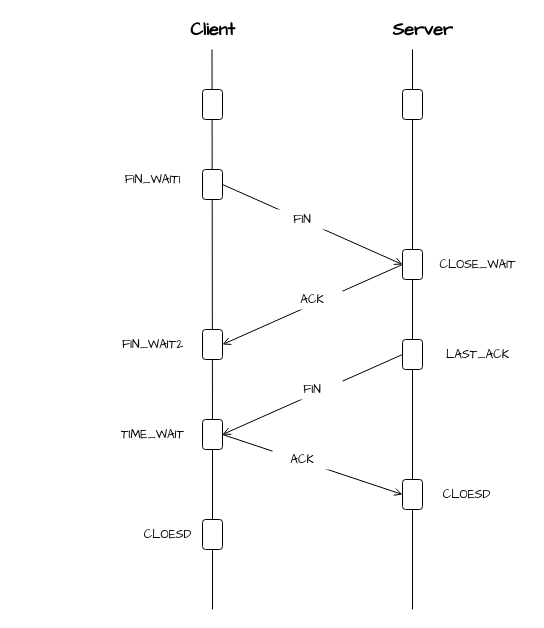
The draw.io diagram page "第 3 页" (3 of 3) of 未命名绘图.drawio in XiaoWeiKIN/k8s, before the edit. Source tidied: cells renumbered, new cells numbered last; positions are measured from the earlier drawing's top-left corner, leaving out a move shared by most shapes. Both pictures are drawn from the tidied source at 100%, with x=0, y=0 at pixel (107, 19).
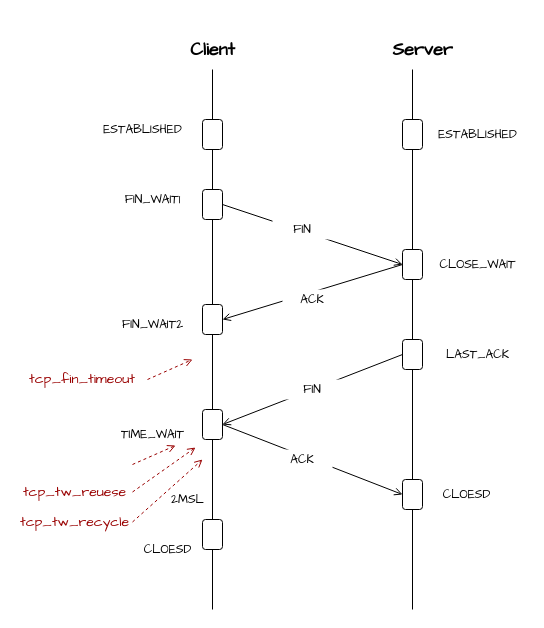
The same diagram, later.

Commit message:
Update 未命名绘图.drawio

The change refers to these unchanged cells:
```xml
<mxCell id="7" style="rounded=1;whiteSpace=wrap;html=1;" parent="1" vertex="1">
  <mxGeometry x="295" y="230" width="20" height="30" as="geometry" />
</mxCell>
<mxCell id="15" style="rounded=1;whiteSpace=wrap;html=1;" parent="1" vertex="1">
  <mxGeometry x="295" y="460" width="20" height="30" as="geometry" />
</mxCell>
<mxCell id="26" style="rounded=1;whiteSpace=wrap;html=1;" parent="1" vertex="1">
  <mxGeometry x="95" y="500" width="20" height="30" as="geometry" />
</mxCell>
<mxCell id="29" style="rounded=1;whiteSpace=wrap;html=1;" parent="1" vertex="1">
  <mxGeometry x="295" y="320" width="20" height="30" as="geometry" />
</mxCell>
<mxCell id="34" value="&lt;font face=&quot;Comic Sans MS&quot;&gt;TIME_WAIT&lt;/font&gt;" style="text;html=1;align=center;verticalAlign=middle;points=[];fillColor=none;strokeColor=none;rounded=0;" parent="1" vertex="1">
  <mxGeometry y="405" width="90" height="20" as="geometry" />
</mxCell>
```

The edit, as a diff of the source:
```diff
@@
-    <mxCell id="2" style="endArrow=none;html=1;strokeWidth=1;" parent="1" edge="1" source="30">
-      <mxGeometry relative="1" as="geometry">
-        <mxPoint x="104.5" y="30" as="targetPoint" />
-      </mxGeometry>
-    </mxCell>
-    <mxCell id="3" style="rounded=0;jettySize=auto;html=1;exitX=1;exitY=0.5;exitDx=0;exitDy=0;entryX=0;entryY=0.5;entryDx=0;entryDy=0;strokeWidth=1;endArrow=open;endFill=0;" parent="1" edge="1" source="4" target="7">
-      <mxGeometry relative="1" as="geometry" />
-    </mxCell>
-    <mxCell id="4" style="rounded=1;whiteSpace=wrap;html=1;" parent="1" vertex="1">
-      <mxGeometry x="95" y="150" width="20" height="30" as="geometry" />
-    </mxCell>
-    <mxCell id="5" style="endArrow=none;html=1;strokeWidth=1;" parent="1" edge="1" source="13">
-      <mxGeometry relative="1" as="geometry">
-        <mxPoint x="305" y="30" as="targetPoint" />
-      </mxGeometry>
-    </mxCell>
-    <mxCell id="6" style="edgeStyle=none;rounded=0;jettySize=auto;html=1;exitX=0;exitY=0.5;exitDx=0;exitDy=0;entryX=1;entryY=0.5;entryDx=0;entryDy=0;endArrow=open;endFill=0;strokeWidth=1;" parent="1" edge="1" source="7" target="10">
-      <mxGeometry relative="1" as="geometry" />
-    </mxCell>
+    <mxCell id="36" style="endArrow=none;html=1;strokeWidth=1;" parent="1" edge="1" source="63">
+      <mxGeometry relative="1" as="geometry">
+        <mxPoint x="105" y="50" as="targetPoint" />
+      </mxGeometry>
+    </mxCell>
+    <mxCell id="37" style="rounded=0;jettySize=auto;html=1;exitX=1;exitY=0.5;exitDx=0;exitDy=0;entryX=0;entryY=0.5;entryDx=0;entryDy=0;strokeWidth=1;endArrow=open;endFill=0;" parent="1" edge="1" source="61" target="7">
+      <mxGeometry relative="1" as="geometry" />
+    </mxCell>
+    <mxCell id="38" style="endArrow=none;html=1;strokeWidth=1;" parent="1" edge="1" source="43">
+      <mxGeometry relative="1" as="geometry">
+        <mxPoint x="305" y="50" as="targetPoint" />
+      </mxGeometry>
+    </mxCell>
+    <mxCell id="39" style="edgeStyle=none;rounded=0;jettySize=auto;html=1;exitX=0;exitY=0.5;exitDx=0;exitDy=0;entryX=1;entryY=0.5;entryDx=0;entryDy=0;endArrow=open;endFill=0;strokeWidth=1;" parent="1" edge="1" source="7" target="59">
+      <mxGeometry relative="1" as="geometry" />
+    </mxCell>
@@
-    <mxCell id="8" style="endArrow=none;html=1;strokeWidth=1;" parent="1" edge="1" target="7">
-      <mxGeometry relative="1" as="geometry">
-        <mxPoint x="305" y="430" as="sourcePoint" />
-      </mxGeometry>
-    </mxCell>
-    <mxCell id="9" style="edgeStyle=none;rounded=0;jettySize=auto;html=1;entryX=0;entryY=0.5;entryDx=0;entryDy=0;endArrow=open;endFill=0;strokeWidth=1;exitX=1;exitY=0.5;exitDx=0;exitDy=0;" parent="1" edge="1" source="30" target="15">
-      <mxGeometry relative="1" as="geometry" />
-    </mxCell>
-    <mxCell id="10" style="rounded=1;whiteSpace=wrap;html=1;" parent="1" vertex="1">
-      <mxGeometry x="95" y="310" width="20" height="30" as="geometry" />
-    </mxCell>
-    <mxCell id="11" style="endArrow=none;html=1;strokeWidth=1;" parent="1" edge="1" source="15">
-      <mxGeometry relative="1" as="geometry">
-        <mxPoint x="305" y="420" as="targetPoint" />
-      </mxGeometry>
-    </mxCell>
+    <mxCell id="40" style="endArrow=none;html=1;strokeWidth=1;" parent="1" edge="1" target="7">
+      <mxGeometry relative="1" as="geometry">
+        <mxPoint x="305" y="430" as="sourcePoint" />
+      </mxGeometry>
+    </mxCell>
+    <mxCell id="41" style="edgeStyle=none;rounded=0;jettySize=auto;html=1;entryX=0;entryY=0.5;entryDx=0;entryDy=0;endArrow=open;endFill=0;strokeWidth=1;exitX=1;exitY=0.5;exitDx=0;exitDy=0;" parent="1" edge="1" source="48" target="15">
+      <mxGeometry relative="1" as="geometry" />
+    </mxCell>
+    <mxCell id="42" style="endArrow=none;html=1;strokeWidth=1;" parent="1" edge="1" source="15">
+      <mxGeometry relative="1" as="geometry">
+        <mxPoint x="305" y="420" as="targetPoint" />
+      </mxGeometry>
+    </mxCell>
     <mxCell id="12" value="&lt;font face=&quot;Comic Sans MS&quot;&gt;FIN_WAIT1&lt;/font&gt;" style="text;html=1;align=center;verticalAlign=middle;fillColor=none;strokeColor=none;rounded=0;" parent="1" vertex="1">
-      <mxGeometry y="150" width="90" height="20" as="geometry" />
+      <mxGeometry y="170" width="90" height="20" as="geometry" />
     </mxCell>
-    <mxCell id="13" style="rounded=1;whiteSpace=wrap;html=1;" parent="1" vertex="1">
-      <mxGeometry x="295" y="70" width="20" height="30" as="geometry" />
-    </mxCell>
-    <mxCell id="14" style="endArrow=none;html=1;strokeWidth=1;" parent="1" edge="1" source="7" target="13">
-      <mxGeometry relative="1" as="geometry" />
-    </mxCell>
+    <mxCell id="43" style="rounded=1;whiteSpace=wrap;html=1;" parent="1" vertex="1">
+      <mxGeometry x="295" y="100" width="20" height="30" as="geometry" />
+    </mxCell>
+    <mxCell id="44" style="endArrow=none;html=1;strokeWidth=1;" parent="1" edge="1" source="7" target="43">
+      <mxGeometry relative="1" as="geometry" />
+    </mxCell>
@@
-    <mxCell id="16" style="endArrow=none;html=1;strokeWidth=1;" parent="1" edge="1" target="15">
-      <mxGeometry relative="1" as="geometry">
-        <mxPoint x="305" y="590" as="sourcePoint" />
-      </mxGeometry>
-    </mxCell>
+    <mxCell id="45" style="endArrow=none;html=1;strokeWidth=1;" parent="1" edge="1" target="15">
+      <mxGeometry relative="1" as="geometry">
+        <mxPoint x="305" y="590" as="sourcePoint" />
+      </mxGeometry>
+    </mxCell>
     <mxCell id="17" value="&lt;font face=&quot;Comic Sans MS&quot;&gt;FIN&lt;/font&gt;" style="rounded=0;whiteSpace=wrap;html=1;strokeWidth=1;strokeColor=none;" parent="1" vertex="1">
-      <mxGeometry x="165" y="190" width="60" height="20" as="geometry" />
+      <mxGeometry x="165" y="200" width="60" height="20" as="geometry" />
     </mxCell>
@@
     <mxCell id="20" value="&lt;b style=&quot;font-family: &amp;#34;comic sans ms&amp;#34;&quot;&gt;&lt;font style=&quot;font-size: 18px&quot;&gt;Client&lt;/font&gt;&lt;/b&gt;" style="text;html=1;align=center;verticalAlign=middle;fillColor=none;strokeColor=none;rounded=0;" parent="1" vertex="1">
-      <mxGeometry x="75" width="60" height="20" as="geometry" />
+      <mxGeometry x="75" y="20" width="60" height="20" as="geometry" />
     </mxCell>
     <mxCell id="21" value="&lt;b style=&quot;font-family: &amp;#34;comic sans ms&amp;#34;&quot;&gt;&lt;font style=&quot;font-size: 18px&quot;&gt;Server&lt;/font&gt;&lt;/b&gt;" style="text;html=1;align=center;verticalAlign=middle;fillColor=none;strokeColor=none;rounded=0;" parent="1" vertex="1">
-      <mxGeometry x="280" width="70" height="20" as="geometry" />
+      <mxGeometry x="280" y="20" width="70" height="20" as="geometry" />
     </mxCell>
-    <mxCell id="22" style="rounded=1;whiteSpace=wrap;html=1;" parent="1" vertex="1">
-      <mxGeometry x="95" y="70" width="20" height="30" as="geometry" />
-    </mxCell>
     <mxCell id="23" value="&lt;font face=&quot;Comic Sans MS&quot;&gt;FIN_WAIT2&lt;/font&gt;" style="text;html=1;align=center;verticalAlign=middle;fillColor=none;strokeColor=none;rounded=0;" parent="1" vertex="1">
-      <mxGeometry y="315" width="90" height="20" as="geometry" />
+      <mxGeometry y="295" width="90" height="20" as="geometry" />
     </mxCell>
@@
-    <mxCell id="27" style="endArrow=none;html=1;strokeWidth=1;" parent="1" edge="1" target="26">
-      <mxGeometry relative="1" as="geometry">
-        <mxPoint x="105" y="590" as="sourcePoint" />
-      </mxGeometry>
-    </mxCell>
-    <mxCell id="28" style="rounded=0;jettySize=auto;html=1;exitX=0;exitY=0.5;exitDx=0;exitDy=0;entryX=1;entryY=0.5;entryDx=0;entryDy=0;endArrow=open;endFill=0;" parent="1" edge="1" source="29" target="30">
-      <mxGeometry relative="1" as="geometry" />
-    </mxCell>
+    <mxCell id="46" style="endArrow=none;html=1;strokeWidth=1;" parent="1" edge="1" target="26">
+      <mxGeometry relative="1" as="geometry">
+        <mxPoint x="105" y="590" as="sourcePoint" />
+      </mxGeometry>
+    </mxCell>
+    <mxCell id="47" style="rounded=0;jettySize=auto;html=1;exitX=0;exitY=0.5;exitDx=0;exitDy=0;entryX=1;entryY=0.5;entryDx=0;entryDy=0;endArrow=open;endFill=0;" parent="1" edge="1" source="29" target="48">
+      <mxGeometry relative="1" as="geometry" />
+    </mxCell>
@@
-    <mxCell id="30" style="rounded=1;whiteSpace=wrap;html=1;" parent="1" vertex="1">
-      <mxGeometry x="95" y="400" width="20" height="30" as="geometry" />
-    </mxCell>
-    <mxCell id="31" style="endArrow=none;html=1;strokeWidth=1;" parent="1" edge="1" source="26" target="30">
-      <mxGeometry relative="1" as="geometry" />
-    </mxCell>
+    <mxCell id="48" style="rounded=1;whiteSpace=wrap;html=1;" parent="1" vertex="1">
+      <mxGeometry x="95" y="390" width="20" height="30" as="geometry" />
+    </mxCell>
+    <mxCell id="49" style="endArrow=none;html=1;strokeWidth=1;" parent="1" edge="1" source="26" target="48">
+      <mxGeometry relative="1" as="geometry" />
+    </mxCell>
@@
     <mxCell id="35" value="&lt;font face=&quot;Comic Sans MS&quot;&gt;CLOESD&lt;/font&gt;" style="text;html=1;align=center;verticalAlign=middle;fillColor=none;strokeColor=none;rounded=0;" parent="1" vertex="1">
-      <mxGeometry x="30" y="505" width="60" height="20" as="geometry" />
+      <mxGeometry x="30" y="520" width="60" height="20" as="geometry" />
     </mxCell>
+    <mxCell id="50" style="edgeStyle=none;rounded=0;jettySize=auto;html=1;exitX=1;exitY=0.5;exitDx=0;exitDy=0;endArrow=open;endFill=0;entryX=0.978;entryY=1.15;entryDx=0;entryDy=0;entryPerimeter=0;strokeColor=#990000;dashed=1;" parent="1" edge="1" source="51" target="34">
+      <mxGeometry relative="1" as="geometry" />
+    </mxCell>
+    <mxCell id="51" value="&lt;span style=&quot;color: rgb(153 , 0 , 0) ; font-family: &amp;#34;comic sans ms&amp;#34; ; font-size: 14px&quot;&gt;tcp_tw_reuese&lt;/span&gt;" style="rounded=0;whiteSpace=wrap;html=1;strokeColor=none;fillColor=none;" parent="1" vertex="1">
+      <mxGeometry x="-90" y="460" width="115" height="25" as="geometry" />
+    </mxCell>
+    <mxCell id="52" style="edgeStyle=none;rounded=0;jettySize=auto;html=1;exitX=1;exitY=0.5;exitDx=0;exitDy=0;dashed=1;endArrow=open;endFill=0;strokeColor=#990000;" parent="1" edge="1" source="53">
+      <mxGeometry relative="1" as="geometry">
+        <mxPoint x="95" y="440" as="targetPoint" />
+      </mxGeometry>
+    </mxCell>
+    <mxCell id="53" value="&lt;span style=&quot;color: rgb(153 , 0 , 0) ; font-family: &amp;#34;comic sans ms&amp;#34; ; font-size: 14px&quot;&gt;tcp_tw_recycle&lt;/span&gt;" style="rounded=0;whiteSpace=wrap;html=1;strokeColor=none;fillColor=none;" parent="1" vertex="1">
+      <mxGeometry x="-90" y="490" width="115" height="25" as="geometry" />
+    </mxCell>
+    <mxCell id="54" style="edgeStyle=none;rounded=0;jettySize=auto;html=1;exitX=1;exitY=0.5;exitDx=0;exitDy=0;dashed=1;endArrow=open;endFill=0;strokeColor=#990000;" parent="1" edge="1" source="55">
+      <mxGeometry relative="1" as="geometry">
+        <mxPoint x="85" y="340" as="targetPoint" />
+      </mxGeometry>
+    </mxCell>
+    <mxCell id="55" value="&lt;span style=&quot;color: rgb(153 , 0 , 0) ; font-family: &amp;#34;comic sans ms&amp;#34; ; font-size: 14px&quot;&gt;tcp_fin_timeout&lt;/span&gt;" style="rounded=0;whiteSpace=wrap;html=1;strokeColor=none;fillColor=none;" parent="1" vertex="1">
+      <mxGeometry x="-90" y="350" width="130" height="20" as="geometry" />
+    </mxCell>
+    <mxCell id="56" value="&lt;font face=&quot;Comic Sans MS&quot;&gt;2MSL&lt;/font&gt;" style="text;html=1;align=center;verticalAlign=middle;fillColor=none;strokeColor=none;rounded=0;" parent="1" vertex="1">
+      <mxGeometry x="55" y="470" width="50" height="20" as="geometry" />
+    </mxCell>
+    <mxCell id="57" value="&lt;span style=&quot;font-family: &amp;#34;comic sans ms&amp;#34;&quot;&gt;ESTABLISHED&lt;/span&gt;" style="text;html=1;align=center;verticalAlign=middle;fillColor=none;strokeColor=none;rounded=0;" parent="1" vertex="1">
+      <mxGeometry x="-15" y="100" width="100" height="20" as="geometry" />
+    </mxCell>
+    <mxCell id="58" value="&lt;span style=&quot;font-family: &amp;#34;comic sans ms&amp;#34;&quot;&gt;ESTABLISHED&lt;/span&gt;" style="text;html=1;align=center;verticalAlign=middle;fillColor=none;strokeColor=none;rounded=0;" parent="1" vertex="1">
+      <mxGeometry x="320" y="105" width="100" height="20" as="geometry" />
+    </mxCell>
+    <mxCell id="59" style="rounded=1;whiteSpace=wrap;html=1;" parent="1" vertex="1">
+      <mxGeometry x="95" y="285" width="20" height="30" as="geometry" />
+    </mxCell>
+    <mxCell id="60" style="endArrow=none;html=1;strokeWidth=1;" parent="1" edge="1" source="48" target="59">
+      <mxGeometry relative="1" as="geometry" />
+    </mxCell>
+    <mxCell id="61" style="rounded=1;whiteSpace=wrap;html=1;" parent="1" vertex="1">
+      <mxGeometry x="95" y="170" width="20" height="30" as="geometry" />
+    </mxCell>
+    <mxCell id="62" style="endArrow=none;html=1;strokeWidth=1;" parent="1" edge="1" source="59" target="61">
+      <mxGeometry relative="1" as="geometry" />
+    </mxCell>
+    <mxCell id="63" style="rounded=1;whiteSpace=wrap;html=1;" parent="1" vertex="1">
+      <mxGeometry x="95" y="100" width="20" height="30" as="geometry" />
+    </mxCell>
+    <mxCell id="64" style="endArrow=none;html=1;strokeWidth=1;" parent="1" edge="1" source="61" target="63">
+      <mxGeometry relative="1" as="geometry" />
+    </mxCell>
+    <mxCell id="65" style="rounded=0;jettySize=auto;html=1;exitX=1;exitY=0.75;exitDx=0;exitDy=0;entryX=0.756;entryY=1.05;entryDx=0;entryDy=0;entryPerimeter=0;dashed=1;strokeColor=#990000;endArrow=open;endFill=0;" parent="1" edge="1" target="34">
+      <mxGeometry relative="1" as="geometry">
+        <mxPoint x="25" y="445" as="sourcePoint" />
+      </mxGeometry>
+    </mxCell>
```
